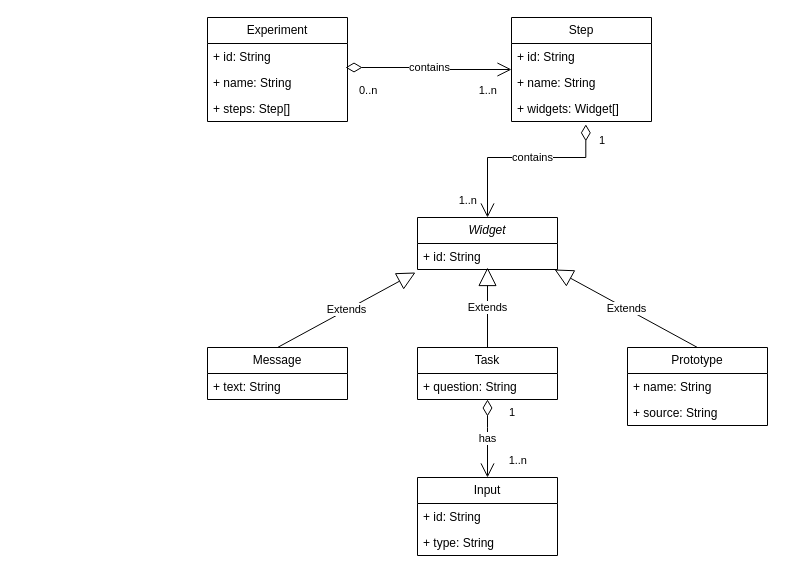
Earlier version of the draw.io diagram Model.drawio (aurioldegbelo/map-experiment-creation-toolkit). Source tidied: cells renumbered, new cells numbered last; positions are measured from the earlier drawing's top-left corner, leaving out a move shared by most shapes. Both pictures are drawn from the tidied source at 100%, with x=0, y=0 at pixel (207, 17).
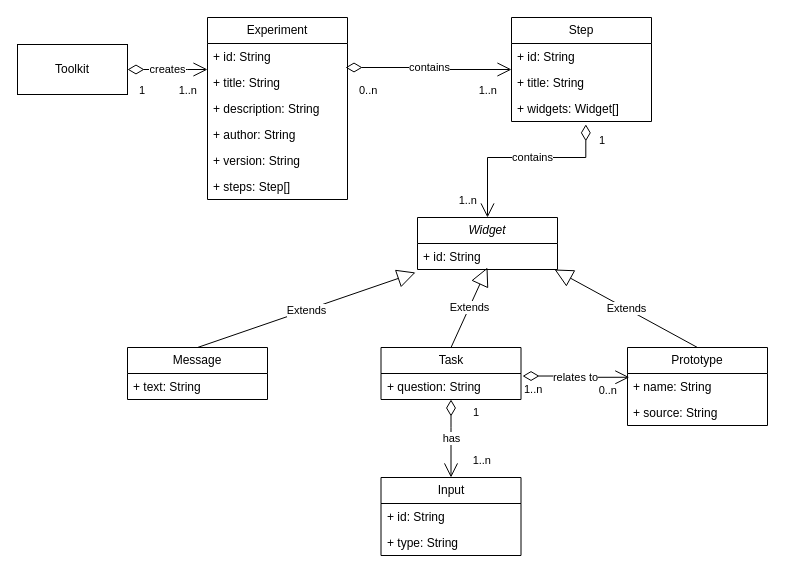
Above is the later version.

The change refers to these unchanged cells:
```xml
<mxCell id="6" value="Step" style="swimlane;fontStyle=0;horizontal=1;startSize=26;fillColor=none;whiteSpace=wrap;html=1;" parent="1" vertex="1">
  <mxGeometry x="304" width="140" height="104" as="geometry" />
</mxCell>
<mxCell id="18" value="+ question: String" style="text;strokeColor=none;fillColor=none;align=left;verticalAlign=top;spacingLeft=4;spacingRight=4;overflow=hidden;points=[[0,0.5],[1,0.5]];portConstraint=eastwest;whiteSpace=wrap;html=1;" parent="17" vertex="1">
  <mxGeometry y="26" width="140" height="26" as="geometry" />
</mxCell>
<mxCell id="28" value="+ name: String" style="text;strokeColor=none;fillColor=none;align=left;verticalAlign=top;spacingLeft=4;spacingRight=4;overflow=hidden;points=[[0,0.5],[1,0.5]];portConstraint=eastwest;whiteSpace=wrap;html=1;" parent="27" vertex="1">
  <mxGeometry y="26" width="140" height="26" as="geometry" />
</mxCell>
```

Change to the diagram source:
```diff
@@
     <mxCell id="2" value="Experiment" style="swimlane;fontStyle=0;horizontal=1;startSize=26;fillColor=none;whiteSpace=wrap;html=1;" parent="1" vertex="1">
-      <mxGeometry width="140" height="104" as="geometry" />
+      <mxGeometry width="140" height="182" as="geometry" />
     </mxCell>
@@
-    <mxCell id="4" value="+ name: String" style="text;strokeColor=none;fillColor=none;align=left;verticalAlign=top;spacingLeft=4;spacingRight=4;overflow=hidden;points=[[0,0.5],[1,0.5]];portConstraint=eastwest;whiteSpace=wrap;html=1;" parent="2" vertex="1">
+    <mxCell id="4" value="+ title: String" style="text;strokeColor=none;fillColor=none;align=left;verticalAlign=top;spacingLeft=4;spacingRight=4;overflow=hidden;points=[[0,0.5],[1,0.5]];portConstraint=eastwest;whiteSpace=wrap;html=1;" parent="2" vertex="1">
       <mxGeometry y="52" width="140" height="26" as="geometry" />
     </mxCell>
+    <mxCell id="34" value="+ description: String" style="text;strokeColor=none;fillColor=none;align=left;verticalAlign=top;spacingLeft=4;spacingRight=4;overflow=hidden;whiteSpace=wrap;html=1;" parent="2" vertex="1">
+      <mxGeometry y="78" width="140" height="26" as="geometry" />
+    </mxCell>
+    <mxCell id="35" value="+ author: String" style="text;strokeColor=none;fillColor=none;align=left;verticalAlign=top;spacingLeft=4;spacingRight=4;overflow=hidden;whiteSpace=wrap;html=1;" parent="2" vertex="1">
+      <mxGeometry y="104" width="140" height="26" as="geometry" />
+    </mxCell>
+    <mxCell id="36" value="+ version: String" style="text;strokeColor=none;fillColor=none;align=left;verticalAlign=top;spacingLeft=4;spacingRight=4;overflow=hidden;whiteSpace=wrap;html=1;" parent="2" vertex="1">
+      <mxGeometry y="130" width="140" height="26" as="geometry" />
+    </mxCell>
     <mxCell id="5" value="+ steps: Step[]" style="text;strokeColor=none;fillColor=none;align=left;verticalAlign=top;spacingLeft=4;spacingRight=4;overflow=hidden;whiteSpace=wrap;html=1;" parent="2" vertex="1">
-      <mxGeometry y="78" width="140" height="26" as="geometry" />
+      <mxGeometry y="156" width="140" height="26" as="geometry" />
     </mxCell>
@@
-    <mxCell id="8" value="+ name: String" style="text;strokeColor=none;fillColor=none;align=left;verticalAlign=top;spacingLeft=4;spacingRight=4;overflow=hidden;whiteSpace=wrap;html=1;" parent="6" vertex="1">
+    <mxCell id="8" value="+ title: String" style="text;strokeColor=none;fillColor=none;align=left;verticalAlign=top;spacingLeft=4;spacingRight=4;overflow=hidden;whiteSpace=wrap;html=1;" parent="6" vertex="1">
       <mxGeometry y="52" width="140" height="26" as="geometry" />
     </mxCell>
@@
     <mxCell id="15" value="Message" style="swimlane;fontStyle=0;horizontal=1;startSize=26;fillColor=none;whiteSpace=wrap;html=1;" parent="1" vertex="1">
-      <mxGeometry y="330" width="140" height="52" as="geometry" />
+      <mxGeometry x="-80" y="330" width="140" height="52" as="geometry" />
     </mxCell>
@@
     <mxCell id="17" value="Task" style="swimlane;fontStyle=0;horizontal=1;startSize=26;fillColor=none;whiteSpace=wrap;html=1;" parent="1" vertex="1">
-      <mxGeometry x="210" y="330" width="140" height="52" as="geometry" />
+      <mxGeometry x="173.5" y="330" width="140" height="52" as="geometry" />
     </mxCell>
@@
     <mxCell id="19" value="Input" style="swimlane;fontStyle=0;horizontal=1;startSize=26;fillColor=none;whiteSpace=wrap;html=1;" parent="1" vertex="1">
-      <mxGeometry x="210" y="460" width="140" height="78" as="geometry" />
+      <mxGeometry x="173.5" y="460" width="140" height="78" as="geometry" />
     </mxCell>
@@
     <mxCell id="31" value="has" style="endArrow=open;html=1;endSize=12;startArrow=diamondThin;startSize=14;startFill=0;edgeStyle=orthogonalEdgeStyle;rounded=0;entryX=0.5;entryY=0;entryDx=0;entryDy=0;" parent="1" edge="1" source="17" target="19">
       <mxGeometry relative="1" as="geometry">
         <Array as="points">
-          <mxPoint x="280" y="410" />
-          <mxPoint x="280" y="410" />
+          <mxPoint x="243.5" y="410" />
+          <mxPoint x="243.5" y="410" />
         </Array>
       </mxGeometry>
     </mxCell>
@@
+    <mxCell id="37" value="Toolkit" style="html=1;whiteSpace=wrap;" parent="1" vertex="1">
+      <mxGeometry x="-190" y="27" width="110" height="50" as="geometry" />
+    </mxCell>
+    <mxCell id="38" value="creates" style="endArrow=open;html=1;endSize=12;startArrow=diamondThin;startSize=14;startFill=0;edgeStyle=orthogonalEdgeStyle;rounded=0;exitX=1;exitY=0.5;exitDx=0;exitDy=0;" parent="1" edge="1" source="37" target="2">
+      <mxGeometry relative="1" as="geometry">
+        <Array as="points">
+          <mxPoint x="-20" y="52" />
+          <mxPoint x="-20" y="52" />
+        </Array>
+      </mxGeometry>
+    </mxCell>
+    <mxCell id="39" value="1" style="edgeLabel;html=1;align=left;verticalAlign=top;" parent="38" vertex="1">
+      <mxGeometry x="-1" relative="1" as="geometry">
+        <mxPoint x="10" y="8" as="offset" />
+      </mxGeometry>
+    </mxCell>
+    <mxCell id="40" value="1..n" style="edgeLabel;html=1;align=right;verticalAlign=top;" parent="38" vertex="1">
+      <mxGeometry x="1" relative="1" as="geometry">
+        <mxPoint x="-10" y="8" as="offset" />
+      </mxGeometry>
+    </mxCell>
+    <mxCell id="41" value="relates to" style="endArrow=open;html=1;endSize=12;startArrow=diamondThin;startSize=14;startFill=0;edgeStyle=orthogonalEdgeStyle;rounded=0;entryX=0.013;entryY=0.145;entryDx=0;entryDy=0;exitX=1.011;exitY=0.098;exitDx=0;exitDy=0;exitPerimeter=0;entryPerimeter=0;" parent="1" edge="1" source="18" target="28">
+      <mxGeometry relative="1" as="geometry" />
+    </mxCell>
+    <mxCell id="42" value="1..n" style="edgeLabel;html=1;align=left;verticalAlign=top;" parent="41" vertex="1">
+      <mxGeometry x="-1" relative="1" as="geometry" />
+    </mxCell>
+    <mxCell id="43" value="0..n" style="edgeLabel;html=1;align=right;verticalAlign=top;" parent="41" vertex="1">
+      <mxGeometry x="1" relative="1" as="geometry">
+        <mxPoint x="-12" as="offset" />
+      </mxGeometry>
+    </mxCell>
```
